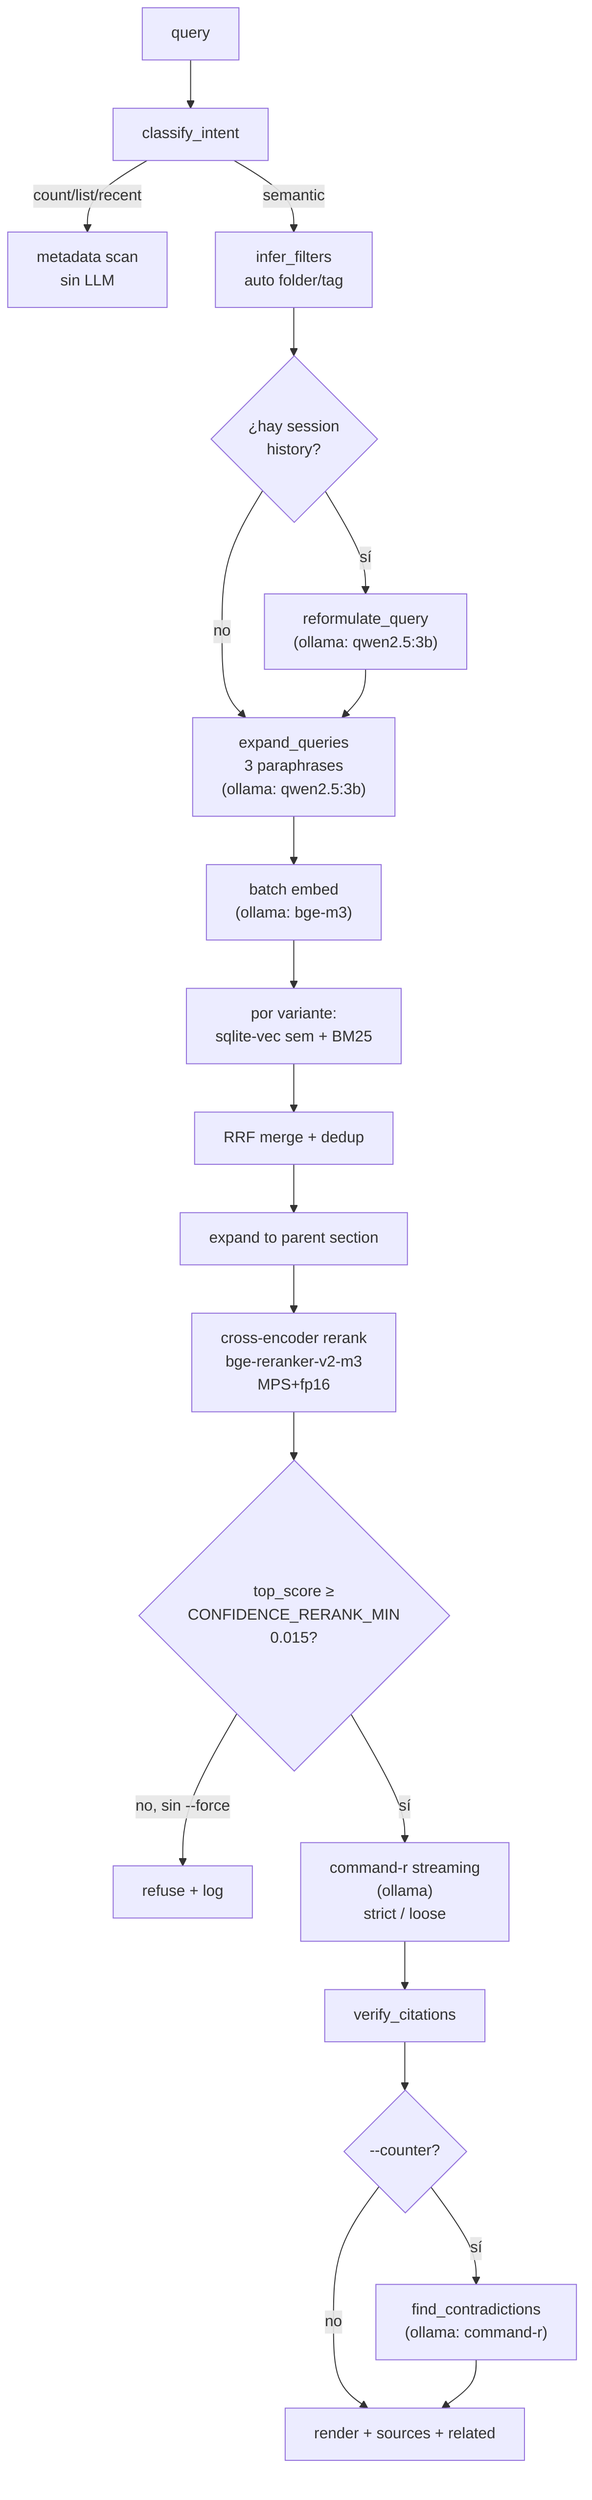
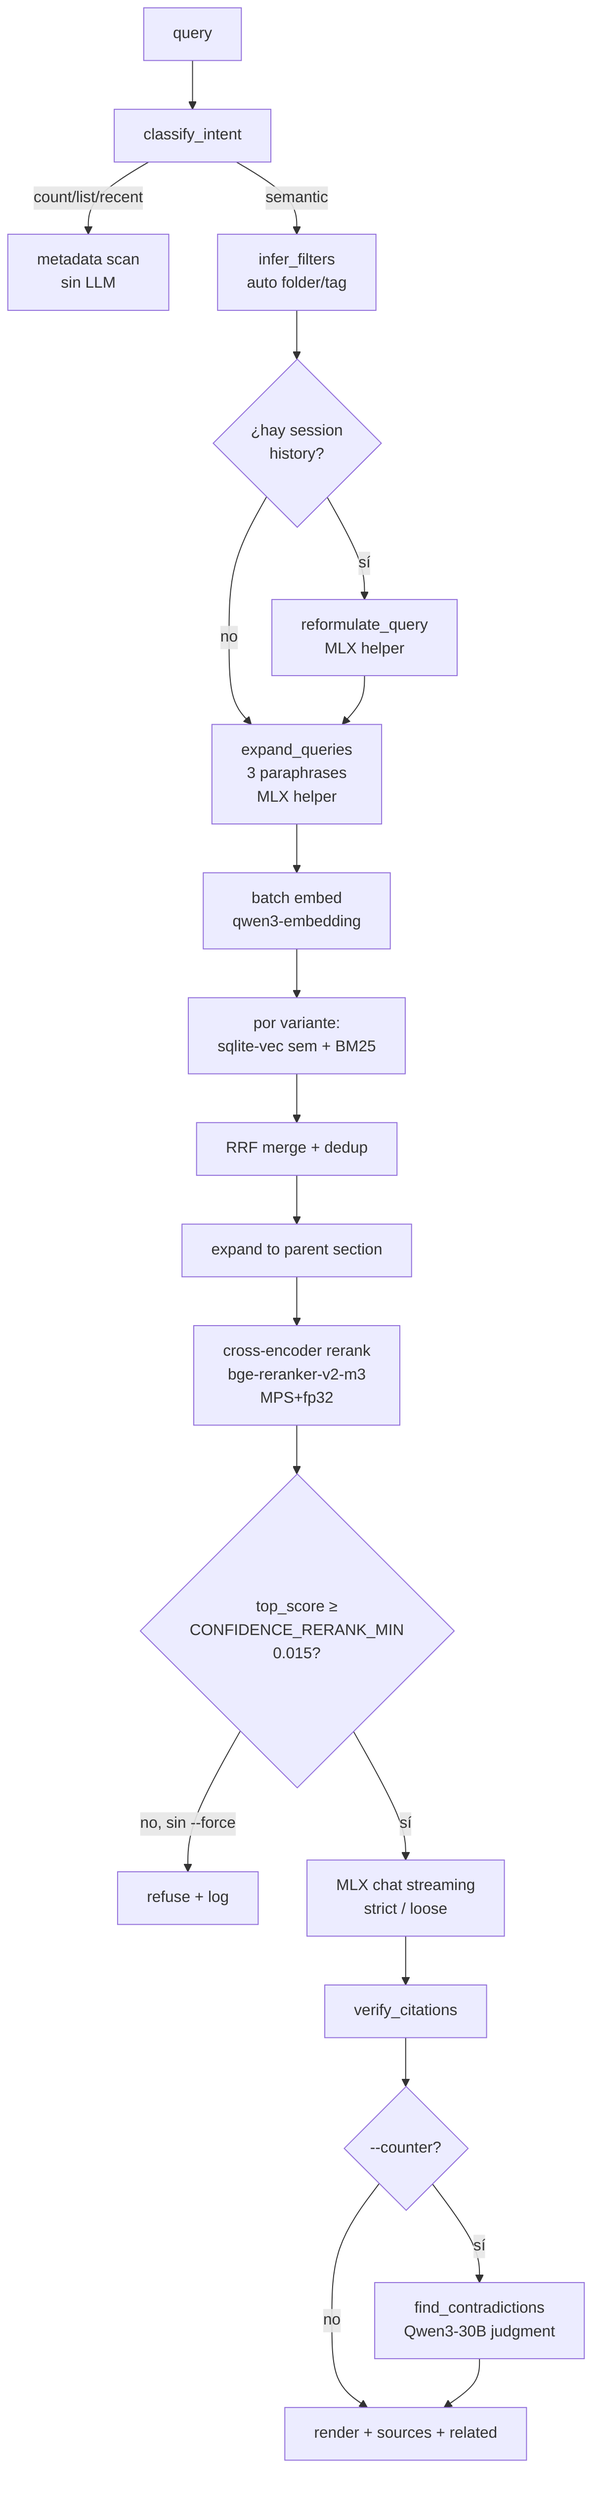
flowchart TD
    Q[query] --> Intent[classify_intent]
    Intent -->|count/list/recent| MetaScan[metadata scan<br/>sin LLM]
    Intent -->|semantic| Filters[infer_filters<br/>auto folder/tag]
    Filters --> History{¿hay session<br/>history?}
-     History -->|sí| Reform["reformulate_query<br/>(ollama: qwen2.5:3b)"]
+     History -->|sí| Reform["reformulate_query<br/>MLX helper"]
    History -->|no| Expand
-     Reform --> Expand["expand_queries<br/>3 paraphrases<br/>(ollama: qwen2.5:3b)"]
-     Expand --> Embed["batch embed<br/>(ollama: bge-m3)"]
+     Reform --> Expand["expand_queries<br/>3 paraphrases<br/>MLX helper"]
+     Expand --> Embed["batch embed<br/>qwen3-embedding"]
    Embed --> Per["por variante:<br/>sqlite-vec sem + BM25"]
    Per --> RRF[RRF merge + dedup]
    RRF --> Parent[expand to parent section]
-     Parent --> Rerank["cross-encoder rerank<br/>bge-reranker-v2-m3<br/>MPS+fp16"]
+     Parent --> Rerank["cross-encoder rerank<br/>bge-reranker-v2-m3<br/>MPS+fp32"]
    Rerank --> Gate{top_score ≥<br/>CONFIDENCE_RERANK_MIN<br/>0.015?}
    Gate -->|no, sin --force| Refuse[refuse + log]
-     Gate -->|sí| LLM["command-r streaming<br/>(ollama)<br/>strict / loose"]
+     Gate -->|sí| LLM["MLX chat streaming<br/>strict / loose"]
    LLM --> Verify[verify_citations]
    Verify --> Counter{--counter?}
-     Counter -->|sí| FindContrad["find_contradictions<br/>(ollama: command-r)"]
+     Counter -->|sí| FindContrad["find_contradictions<br/>Qwen3-30B judgment"]
    Counter -->|no| Render[render + sources + related]
    FindContrad --> Render
